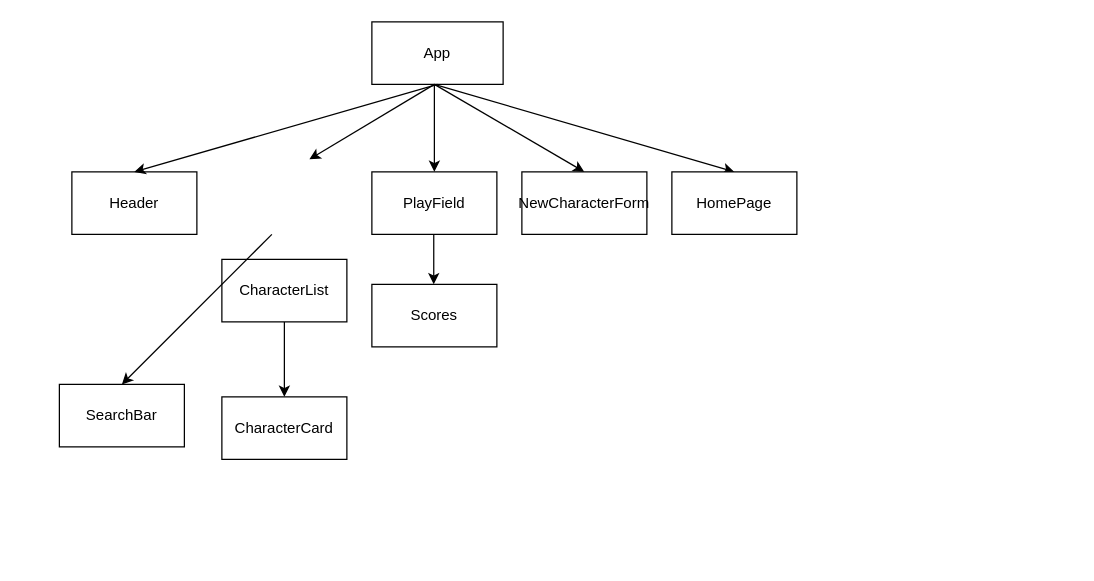
Above: src/diagram.drawio in AlinaPisarenko/harry-potter-card-memory-game (draw.io), before the change. Source tidied: cells renumbered, new cells numbered last; positions are measured from the earlier drawing's top-left corner, leaving out a move shared by most shapes. Both pictures are drawn from the tidied source at 125%, with x=0, y=0 at pixel (59, 21).
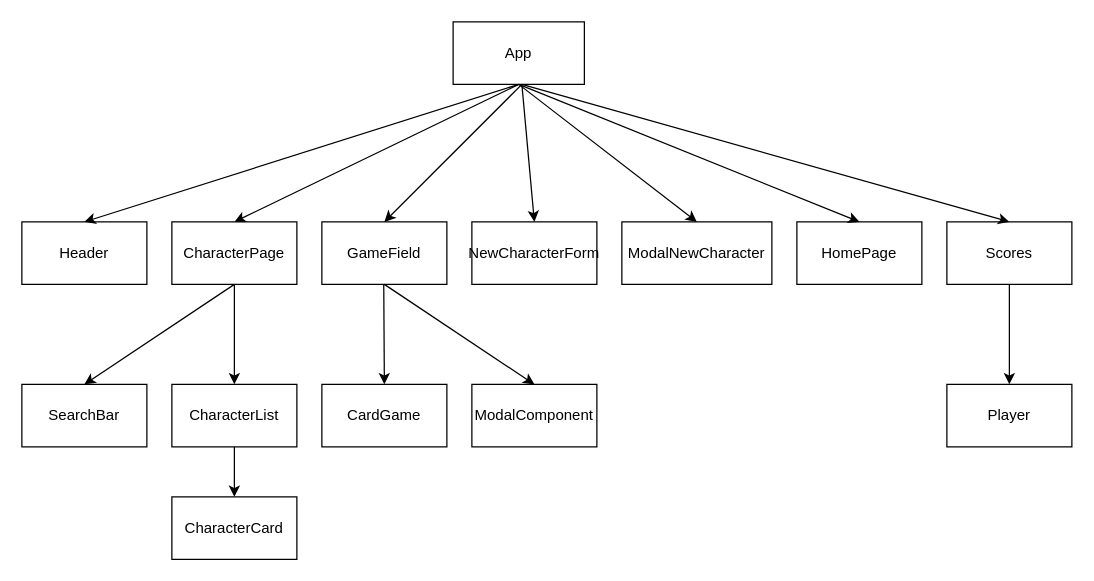
After the change.

Change to the diagram source:
```diff
@@
     <mxCell id="2" value="App" style="rounded=0;whiteSpace=wrap;html=1;" parent="1" vertex="1">
-      <mxGeometry x="250" width="105" height="50" as="geometry" />
+      <mxGeometry x="315" width="105" height="50" as="geometry" />
     </mxCell>
     <mxCell id="3" value="Header" style="rounded=0;whiteSpace=wrap;html=1;" parent="1" vertex="1">
-      <mxGeometry x="10" y="120" width="100" height="50" as="geometry" />
+      <mxGeometry x="-30" y="160" width="100" height="50" as="geometry" />
     </mxCell>
     <mxCell id="4" value="CharacterList" style="rounded=0;whiteSpace=wrap;html=1;" parent="1" vertex="1">
-      <mxGeometry x="130" y="190" width="100" height="50" as="geometry" />
+      <mxGeometry x="90" y="290" width="100" height="50" as="geometry" />
     </mxCell>
     <mxCell id="5" value="CharacterCard" style="rounded=0;whiteSpace=wrap;html=1;" parent="1" vertex="1">
-      <mxGeometry x="130" y="300" width="100" height="50" as="geometry" />
+      <mxGeometry x="90" y="380" width="100" height="50" as="geometry" />
     </mxCell>
-    <mxCell id="6" value="PlayField" style="rounded=0;whiteSpace=wrap;html=1;" parent="1" vertex="1">
-      <mxGeometry x="250" y="120" width="100" height="50" as="geometry" />
+    <mxCell id="6" value="GameField" style="rounded=0;whiteSpace=wrap;html=1;" parent="1" vertex="1">
+      <mxGeometry x="210" y="160" width="100" height="50" as="geometry" />
     </mxCell>
     <mxCell id="7" value="Scores" style="rounded=0;whiteSpace=wrap;html=1;" parent="1" vertex="1">
-      <mxGeometry x="250" y="210" width="100" height="50" as="geometry" />
+      <mxGeometry x="710" y="160" width="100" height="50" as="geometry" />
     </mxCell>
@@
-    <mxCell id="9" style="endArrow=classic;html=1;" parent="1" edge="1">
-      <mxGeometry relative="1" as="geometry">
-        <mxPoint x="300" y="50" as="sourcePoint" />
-        <mxPoint x="200" y="110" as="targetPoint" />
-      </mxGeometry>
+    <mxCell id="9" style="endArrow=classic;html=1;entryX=0.5;entryY=0;entryDx=0;entryDy=0;exitX=0.5;exitY=1;exitDx=0;exitDy=0;" parent="1" edge="1" source="2" target="19">
+      <mxGeometry relative="1" as="geometry" />
     </mxCell>
     <mxCell id="10" style="endArrow=classic;html=1;entryX=0.5;entryY=0;entryDx=0;entryDy=0;" parent="1" edge="1" target="6">
       <mxGeometry relative="1" as="geometry">
-        <mxPoint x="300" y="50" as="sourcePoint" />
+        <mxPoint x="370" y="50" as="sourcePoint" />
       </mxGeometry>
     </mxCell>
-    <mxCell id="11" style="endArrow=classic;html=1;" parent="1" edge="1">
+    <mxCell id="11" style="endArrow=classic;html=1;entryX=0.5;entryY=0;entryDx=0;entryDy=0;" parent="1" edge="1" target="22">
       <mxGeometry relative="1" as="geometry">
-        <mxPoint x="299.5" y="170" as="sourcePoint" />
-        <mxPoint x="299.5" y="210" as="targetPoint" />
+        <mxPoint x="259.5" y="210" as="sourcePoint" />
       </mxGeometry>
     </mxCell>
@@
     <mxCell id="13" style="endArrow=classic;html=1;entryX=0.5;entryY=0;entryDx=0;entryDy=0;" parent="1" edge="1" target="14">
       <mxGeometry relative="1" as="geometry">
-        <mxPoint x="300" y="50" as="sourcePoint" />
+        <mxPoint x="370" y="50" as="sourcePoint" />
       </mxGeometry>
     </mxCell>
     <mxCell id="14" value="NewCharacterForm" style="rounded=0;whiteSpace=wrap;html=1;" parent="1" vertex="1">
-      <mxGeometry x="370" y="120" width="100" height="50" as="geometry" />
+      <mxGeometry x="330" y="160" width="100" height="50" as="geometry" />
     </mxCell>
-    <mxCell id="15" style="endArrow=classic;html=1;" parent="1" edge="1">
-      <mxGeometry relative="1" as="geometry">
-        <mxPoint x="300" y="50" as="sourcePoint" />
-        <mxPoint x="540" y="120" as="targetPoint" />
-      </mxGeometry>
+    <mxCell id="15" style="endArrow=classic;html=1;entryX=0.5;entryY=0;entryDx=0;entryDy=0;exitX=0.5;exitY=1;exitDx=0;exitDy=0;" parent="1" edge="1" source="2" target="20">
+      <mxGeometry relative="1" as="geometry" />
     </mxCell>
     <mxCell id="16" value="HomePage" style="rounded=0;whiteSpace=wrap;html=1;" parent="1" vertex="1">
-      <mxGeometry x="490" y="120" width="100" height="50" as="geometry" />
+      <mxGeometry x="590" y="160" width="100" height="50" as="geometry" />
     </mxCell>
     <mxCell id="17" style="endArrow=classic;html=1;entryX=0.5;entryY=0;entryDx=0;entryDy=0;" parent="1" edge="1" target="18">
       <mxGeometry relative="1" as="geometry">
-        <mxPoint x="170" y="170" as="sourcePoint" />
+        <mxPoint x="140" y="210" as="sourcePoint" />
       </mxGeometry>
     </mxCell>
     <mxCell id="18" value="SearchBar" style="rounded=0;whiteSpace=wrap;html=1;" parent="1" vertex="1">
-      <mxGeometry y="290" width="100" height="50" as="geometry" />
+      <mxGeometry x="-30" y="290" width="100" height="50" as="geometry" />
     </mxCell>
+    <mxCell id="19" value="CharacterPage" style="rounded=0;whiteSpace=wrap;html=1;" parent="1" vertex="1">
+      <mxGeometry x="90" y="160" width="100" height="50" as="geometry" />
+    </mxCell>
+    <mxCell id="20" value="ModalNewCharacter" style="rounded=0;whiteSpace=wrap;html=1;" parent="1" vertex="1">
+      <mxGeometry x="450" y="160" width="120" height="50" as="geometry" />
+    </mxCell>
+    <mxCell id="21" style="endArrow=classic;html=1;entryX=0.5;entryY=0;entryDx=0;entryDy=0;exitX=0.5;exitY=1;exitDx=0;exitDy=0;" parent="1" edge="1" source="2" target="16">
+      <mxGeometry relative="1" as="geometry" />
+    </mxCell>
+    <mxCell id="22" value="CardGame" style="rounded=0;whiteSpace=wrap;html=1;" parent="1" vertex="1">
+      <mxGeometry x="210" y="290" width="100" height="50" as="geometry" />
+    </mxCell>
+    <mxCell id="23" style="endArrow=classic;html=1;exitX=0.5;exitY=1;exitDx=0;exitDy=0;entryX=0.5;entryY=0;entryDx=0;entryDy=0;" parent="1" edge="1" source="6" target="24">
+      <mxGeometry relative="1" as="geometry" />
+    </mxCell>
+    <mxCell id="24" value="ModalComponent" style="rounded=0;whiteSpace=wrap;html=1;" parent="1" vertex="1">
+      <mxGeometry x="330" y="290" width="100" height="50" as="geometry" />
+    </mxCell>
+    <mxCell id="25" style="edgeStyle=none;html=1;exitX=0.5;exitY=1;exitDx=0;exitDy=0;entryX=0.5;entryY=0;entryDx=0;entryDy=0;" parent="1" edge="1" source="7" target="26">
+      <mxGeometry relative="1" as="geometry" />
+    </mxCell>
+    <mxCell id="26" value="Player" style="rounded=0;whiteSpace=wrap;html=1;" parent="1" vertex="1">
+      <mxGeometry x="710" y="290" width="100" height="50" as="geometry" />
+    </mxCell>
+    <mxCell id="27" style="endArrow=classic;html=1;entryX=0.5;entryY=0;entryDx=0;entryDy=0;" parent="1" edge="1" target="7">
+      <mxGeometry relative="1" as="geometry">
+        <mxPoint x="370" y="50" as="sourcePoint" />
+      </mxGeometry>
+    </mxCell>
+    <mxCell id="28" style="endArrow=classic;html=1;entryX=0.5;entryY=0;entryDx=0;entryDy=0;exitX=0.5;exitY=1;exitDx=0;exitDy=0;" parent="1" edge="1" source="19" target="4">
+      <mxGeometry relative="1" as="geometry" />
+    </mxCell>
```
